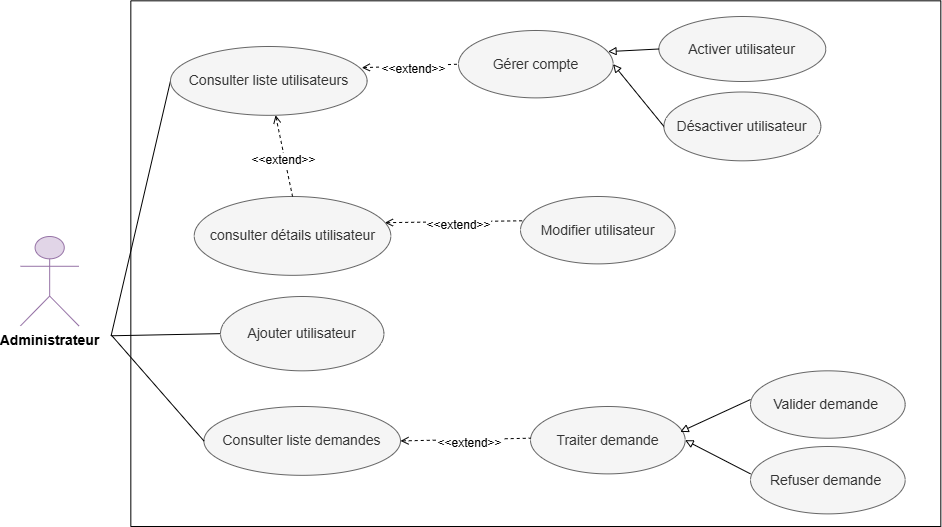
Above: Images/Gérer utilisateur.drawio.png in rihab-dev/Rapport-PFE (draw.io), before the change. Source tidied: cells renumbered, new cells last; positions are measured from the earlier drawing's top-left corner, leaving out a move shared by most shapes.
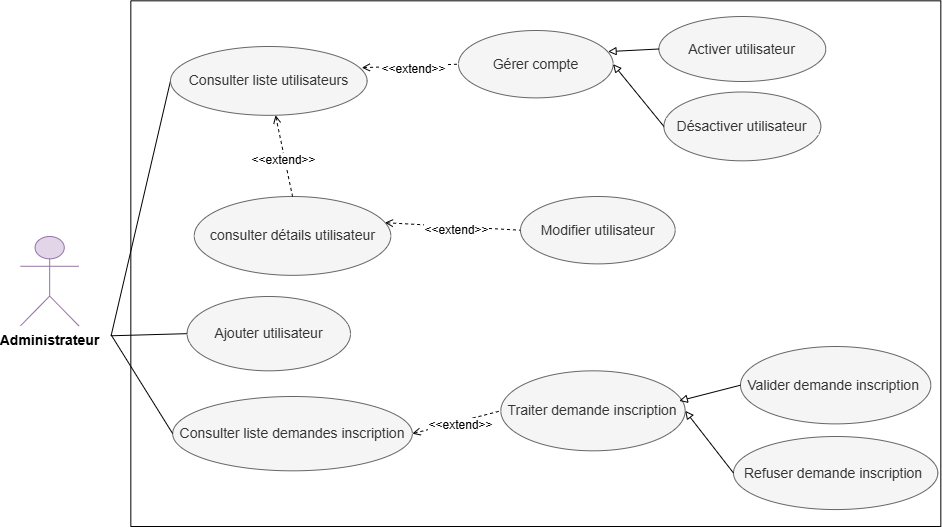
Later version of the same file.

Diff of the diagram source:
```diff
@@ -2,16 +2,16 @@
   <root>
     <mxCell id="0" />
     <mxCell id="1" parent="0" />
-    <mxCell id="2" style="endArrow=none;html=1;rounded=0;entryX=0;entryY=0.5;entryDx=0;entryDy=0;endFill=0;" parent="1" edge="1" target="11">
-      <mxGeometry relative="1" as="geometry">
-        <mxPoint x="90.6" y="335.3" as="sourcePoint" />
-      </mxGeometry>
-    </mxCell>
-    <mxCell id="3" style="endArrow=none;html=1;rounded=0;entryX=0;entryY=0.5;entryDx=0;entryDy=0;endFill=0;" parent="1" edge="1" target="10">
-      <mxGeometry relative="1" as="geometry">
-        <mxPoint x="90.6" y="335.3" as="sourcePoint" />
-      </mxGeometry>
-    </mxCell>
+    <mxCell id="30" style="endArrow=none;html=1;rounded=0;entryX=0;entryY=0.5;entryDx=0;entryDy=0;endFill=0;" parent="1" edge="1" target="11">
+      <mxGeometry relative="1" as="geometry">
+        <mxPoint x="90.6" y="335.3" as="sourcePoint" />
+      </mxGeometry>
+    </mxCell>
+    <mxCell id="31" style="endArrow=none;html=1;rounded=0;entryX=0;entryY=0.5;entryDx=0;entryDy=0;endFill=0;" parent="1" edge="1" target="10">
+      <mxGeometry relative="1" as="geometry">
+        <mxPoint x="90.6" y="335.3" as="sourcePoint" />
+      </mxGeometry>
+    </mxCell>
     <mxCell id="4" value="&lt;b&gt;&lt;font style=&quot;font-size: 14px;&quot;&gt;Administrateur&lt;/font&gt;&lt;/b&gt;" style="shape=umlActor;verticalLabelPosition=bottom;verticalAlign=top;html=1;fillColor=#e1d5e7;strokeColor=#9673a6;" parent="1" vertex="1">
       <mxGeometry y="236" width="58.3" height="89.3" as="geometry" />
     </mxCell>
@@ -31,7 +31,7 @@
       <mxGeometry relative="1" as="geometry" />
     </mxCell>
     <mxCell id="10" value="&lt;font style=&quot;font-size: 14px;&quot;&gt;Ajouter utilisateur&lt;/font&gt;" style="ellipse;whiteSpace=wrap;html=1;fillColor=#f5f5f5;fontColor=#333333;strokeColor=#666666;" parent="5" vertex="1">
-      <mxGeometry x="89.7" y="295.7" width="163.4" height="74.3" as="geometry" />
+      <mxGeometry x="56.3" y="295.7" width="163.4" height="74.3" as="geometry" />
     </mxCell>
     <mxCell id="11" value="&lt;font style=&quot;font-size: 14px;&quot;&gt;Consulter liste utilisateurs&lt;/font&gt;" style="ellipse;whiteSpace=wrap;html=1;fillColor=#f5f5f5;fontColor=#333333;strokeColor=#666666;" parent="5" vertex="1">
       <mxGeometry x="39.7" y="45.7" width="196.6" height="68.8" as="geometry" />
@@ -39,72 +39,66 @@
     <mxCell id="12" style="endArrow=none;dashed=1;html=1;rounded=0;startArrow=open;startFill=0;entryX=0;entryY=0.5;entryDx=0;entryDy=0;exitX=0.973;exitY=0.308;exitDx=0;exitDy=0;exitPerimeter=0;" parent="5" edge="1" source="11" target="7">
       <mxGeometry relative="1" as="geometry" />
     </mxCell>
-    <mxCell id="13" value="&lt;font style=&quot;font-size: 12px;&quot;&gt;&amp;lt;&amp;lt;extend&amp;gt;&amp;gt;&lt;/font&gt;" style="edgeLabel;html=1;align=center;verticalAlign=middle;" parent="12" vertex="1">
-      <mxGeometry x="0.05" y="-2" relative="1" as="geometry">
-        <mxPoint y="1" as="offset" />
-      </mxGeometry>
-    </mxCell>
+    <mxCell id="32" value="&lt;font style=&quot;font-size: 12px;&quot;&gt;&amp;lt;&amp;lt;extend&amp;gt;&amp;gt;&lt;/font&gt;" style="edgeLabel;html=1;align=center;verticalAlign=middle;" parent="12" vertex="1">
+      <mxGeometry x="0.05" y="-2" relative="1" as="geometry">
+        <mxPoint y="1" as="offset" />
+      </mxGeometry>
+    </mxCell>
     <mxCell id="14" value="&lt;span style=&quot;font-size: 14px;&quot;&gt;Modifier utilisateur&lt;/span&gt;" style="ellipse;whiteSpace=wrap;html=1;fillColor=#f5f5f5;fontColor=#333333;strokeColor=#666666;" parent="5" vertex="1">
       <mxGeometry x="389.7" y="195.7" width="154.7" height="67.4" as="geometry" />
     </mxCell>
-    <mxCell id="15" style="endArrow=none;dashed=1;html=1;rounded=0;startArrow=open;startFill=0;exitX=0.97;exitY=0.332;exitDx=0;exitDy=0;exitPerimeter=0;entryX=0.03;entryY=0.36;entryDx=0;entryDy=0;entryPerimeter=0;" parent="5" edge="1" source="6" target="14">
+    <mxCell id="15" style="endArrow=none;dashed=1;html=1;rounded=0;startArrow=open;startFill=0;exitX=0.97;exitY=0.332;exitDx=0;exitDy=0;exitPerimeter=0;entryX=0;entryY=0.5;entryDx=0;entryDy=0;" parent="5" edge="1" source="6" target="14">
       <mxGeometry relative="1" as="geometry" />
     </mxCell>
-    <mxCell id="16" value="&lt;font style=&quot;font-size: 12px;&quot;&gt;&amp;lt;&amp;lt;extend&amp;gt;&amp;gt;&lt;/font&gt;" style="edgeLabel;html=1;align=center;verticalAlign=middle;" parent="15" vertex="1">
-      <mxGeometry x="0.05" y="-2" relative="1" as="geometry">
-        <mxPoint y="1" as="offset" />
-      </mxGeometry>
-    </mxCell>
+    <mxCell id="33" value="&lt;font style=&quot;font-size: 12px;&quot;&gt;&amp;lt;&amp;lt;extend&amp;gt;&amp;gt;&lt;/font&gt;" style="edgeLabel;html=1;align=center;verticalAlign=middle;" parent="15" vertex="1">
+      <mxGeometry x="0.05" y="-2" relative="1" as="geometry">
+        <mxPoint y="1" as="offset" />
+      </mxGeometry>
+    </mxCell>
     <mxCell id="17" style="endArrow=none;dashed=1;html=1;rounded=0;startArrow=open;startFill=0;entryX=0.5;entryY=0;entryDx=0;entryDy=0;" parent="5" edge="1" source="11" target="6">
       <mxGeometry relative="1" as="geometry" />
     </mxCell>
-    <mxCell id="18" value="&lt;font style=&quot;font-size: 12px;&quot;&gt;&amp;lt;&amp;lt;extend&amp;gt;&amp;gt;&lt;/font&gt;" style="edgeLabel;html=1;align=center;verticalAlign=middle;" parent="17" vertex="1">
-      <mxGeometry x="0.05" y="-2" relative="1" as="geometry">
-        <mxPoint y="1" as="offset" />
-      </mxGeometry>
-    </mxCell>
+    <mxCell id="34" value="&lt;font style=&quot;font-size: 12px;&quot;&gt;&amp;lt;&amp;lt;extend&amp;gt;&amp;gt;&lt;/font&gt;" style="edgeLabel;html=1;align=center;verticalAlign=middle;" parent="17" vertex="1">
+      <mxGeometry x="0.05" y="-2" relative="1" as="geometry">
+        <mxPoint y="1" as="offset" />
+      </mxGeometry>
+    </mxCell>
     <mxCell id="19" value="&lt;span style=&quot;font-size: 14px;&quot;&gt;Désactiver&amp;nbsp;&lt;/span&gt;&lt;span style=&quot;font-size: 14px;&quot;&gt;utilisateur&lt;/span&gt;" style="ellipse;whiteSpace=wrap;html=1;fillColor=#f5f5f5;fontColor=#333333;strokeColor=#666666;" parent="5" vertex="1">
       <mxGeometry x="533" y="91.2" width="156.9" height="68.8" as="geometry" />
     </mxCell>
     <mxCell id="20" style="endArrow=block;html=1;rounded=0;entryX=1;entryY=0.5;entryDx=0;entryDy=0;endFill=0;exitX=0;exitY=0.5;exitDx=0;exitDy=0;" parent="5" edge="1" source="19" target="7">
       <mxGeometry relative="1" as="geometry" />
     </mxCell>
-    <mxCell id="21" value="&lt;font style=&quot;font-size: 14px;&quot;&gt;Consulter liste demandes&lt;/font&gt;" style="ellipse;whiteSpace=wrap;html=1;fillColor=#f5f5f5;fontColor=#333333;strokeColor=#666666;" parent="5" vertex="1">
-      <mxGeometry x="73.1" y="405.7" width="196.6" height="68.8" as="geometry" />
-    </mxCell>
-    <mxCell id="22" value="&lt;span style=&quot;font-size: 14px;&quot;&gt;Traiter demande&lt;/span&gt;" style="ellipse;whiteSpace=wrap;html=1;fillColor=#f5f5f5;fontColor=#333333;strokeColor=#666666;" parent="5" vertex="1">
-      <mxGeometry x="399.7" y="405.7" width="154.7" height="67.4" as="geometry" />
-    </mxCell>
-    <mxCell id="23" value="&lt;span style=&quot;font-size: 14px;&quot;&gt;Refuser demande&amp;nbsp;&lt;/span&gt;" style="ellipse;whiteSpace=wrap;html=1;fillColor=#f5f5f5;fontColor=#333333;strokeColor=#666666;" parent="5" vertex="1">
-      <mxGeometry x="619.7" y="445.7" width="154.7" height="67.4" as="geometry" />
-    </mxCell>
-    <mxCell id="24" value="&lt;span style=&quot;font-size: 14px;&quot;&gt;Valider demande&amp;nbsp;&lt;/span&gt;" style="ellipse;whiteSpace=wrap;html=1;fillColor=#f5f5f5;fontColor=#333333;strokeColor=#666666;" parent="5" vertex="1">
-      <mxGeometry x="619.7" y="370" width="154.7" height="67.4" as="geometry" />
-    </mxCell>
-    <mxCell id="25" style="endArrow=block;html=1;rounded=0;endFill=0;exitX=0;exitY=0.5;exitDx=0;exitDy=0;entryX=0.968;entryY=0.376;entryDx=0;entryDy=0;entryPerimeter=0;" parent="5" edge="1" target="22">
-      <mxGeometry relative="1" as="geometry">
-        <mxPoint x="619.7" y="398.7" as="sourcePoint" />
-      </mxGeometry>
-    </mxCell>
-    <mxCell id="26" style="endArrow=block;html=1;rounded=0;entryX=1;entryY=0.5;entryDx=0;entryDy=0;endFill=0;exitX=0;exitY=0.5;exitDx=0;exitDy=0;" parent="5" edge="1" target="22">
-      <mxGeometry relative="1" as="geometry">
-        <mxPoint x="619.7" y="473.1" as="sourcePoint" />
-      </mxGeometry>
-    </mxCell>
-    <mxCell id="27" style="endArrow=none;dashed=1;html=1;rounded=0;startArrow=open;startFill=0;exitX=1;exitY=0.5;exitDx=0;exitDy=0;entryX=0.03;entryY=0.36;entryDx=0;entryDy=0;entryPerimeter=0;" parent="5" edge="1" source="21">
-      <mxGeometry relative="1" as="geometry">
-        <mxPoint x="399.7" y="437.4" as="targetPoint" />
-      </mxGeometry>
-    </mxCell>
-    <mxCell id="28" value="&lt;font style=&quot;font-size: 12px;&quot;&gt;&amp;lt;&amp;lt;extend&amp;gt;&amp;gt;&lt;/font&gt;" style="edgeLabel;html=1;align=center;verticalAlign=middle;" parent="27" vertex="1">
-      <mxGeometry x="0.05" y="-2" relative="1" as="geometry">
-        <mxPoint y="1" as="offset" />
-      </mxGeometry>
-    </mxCell>
-    <mxCell id="29" style="endArrow=none;html=1;rounded=0;entryX=0;entryY=0.5;entryDx=0;entryDy=0;endFill=0;" parent="5" edge="1" target="21">
-      <mxGeometry relative="1" as="geometry">
-        <mxPoint x="-19.7" y="334" as="sourcePoint" />
-      </mxGeometry>
-    </mxCell>
+    <mxCell id="35" value="&lt;font style=&quot;font-size: 14px;&quot;&gt;Consulter liste demandes inscription&lt;/font&gt;" style="ellipse;whiteSpace=wrap;html=1;fillColor=#f5f5f5;fontColor=#333333;strokeColor=#666666;" parent="5" vertex="1">
+      <mxGeometry x="41.9" y="395.7" width="239.7" height="74.3" as="geometry" />
+    </mxCell>
+    <mxCell id="36" value="&lt;span style=&quot;font-size: 14px;&quot;&gt;Traiter demande&amp;nbsp;&lt;/span&gt;&lt;span style=&quot;font-size: 14px;&quot;&gt;inscription&lt;/span&gt;" style="ellipse;whiteSpace=wrap;html=1;fillColor=#f5f5f5;fontColor=#333333;strokeColor=#666666;" parent="5" vertex="1">
+      <mxGeometry x="370" y="370" width="184.3" height="80" as="geometry" />
+    </mxCell>
+    <mxCell id="37" value="&lt;span style=&quot;font-size: 14px;&quot;&gt;Refuser demande&amp;nbsp;&lt;/span&gt;&lt;span style=&quot;font-size: 14px;&quot;&gt;inscription&lt;/span&gt;&lt;span style=&quot;font-size: 14px;&quot;&gt;&amp;nbsp;&lt;/span&gt;" style="ellipse;whiteSpace=wrap;html=1;fillColor=#f5f5f5;fontColor=#333333;strokeColor=#666666;" parent="5" vertex="1">
+      <mxGeometry x="602.7" y="435.7" width="204.3" height="73" as="geometry" />
+    </mxCell>
+    <mxCell id="38" value="&lt;span style=&quot;font-size: 14px;&quot;&gt;Valider demande&amp;nbsp;&lt;/span&gt;&lt;span style=&quot;font-size: 14px;&quot;&gt;inscription&lt;/span&gt;&lt;span style=&quot;font-size: 14px;&quot;&gt;&amp;nbsp;&lt;/span&gt;" style="ellipse;whiteSpace=wrap;html=1;fillColor=#f5f5f5;fontColor=#333333;strokeColor=#666666;" parent="5" vertex="1">
+      <mxGeometry x="609.7" y="345.7" width="190.3" height="77.4" as="geometry" />
+    </mxCell>
+    <mxCell id="39" style="endArrow=block;html=1;rounded=0;endFill=0;exitX=0;exitY=0.5;exitDx=0;exitDy=0;entryX=0.968;entryY=0.376;entryDx=0;entryDy=0;entryPerimeter=0;" parent="5" edge="1" source="38" target="36">
+      <mxGeometry relative="1" as="geometry" />
+    </mxCell>
+    <mxCell id="40" style="endArrow=block;html=1;rounded=0;entryX=1;entryY=0.5;entryDx=0;entryDy=0;endFill=0;exitX=0;exitY=0.5;exitDx=0;exitDy=0;" parent="5" edge="1" source="37" target="36">
+      <mxGeometry relative="1" as="geometry" />
+    </mxCell>
+    <mxCell id="41" style="endArrow=none;dashed=1;html=1;rounded=0;startArrow=open;startFill=0;exitX=1;exitY=0.5;exitDx=0;exitDy=0;entryX=0;entryY=0.5;entryDx=0;entryDy=0;" parent="5" edge="1" source="35" target="36">
+      <mxGeometry relative="1" as="geometry" />
+    </mxCell>
+    <mxCell id="42" value="&lt;font style=&quot;font-size: 12px;&quot;&gt;&amp;lt;&amp;lt;extend&amp;gt;&amp;gt;&lt;/font&gt;" style="edgeLabel;html=1;align=center;verticalAlign=middle;" parent="41" vertex="1">
+      <mxGeometry x="0.05" y="-2" relative="1" as="geometry">
+        <mxPoint y="1" as="offset" />
+      </mxGeometry>
+    </mxCell>
+    <mxCell id="43" style="endArrow=none;html=1;rounded=0;entryX=0;entryY=0.5;entryDx=0;entryDy=0;endFill=0;" parent="5" edge="1" target="35">
+      <mxGeometry relative="1" as="geometry">
+        <mxPoint x="-19.7" y="334" as="sourcePoint" />
+      </mxGeometry>
+    </mxCell>
   </root>
 </mxGraphModel>
```
